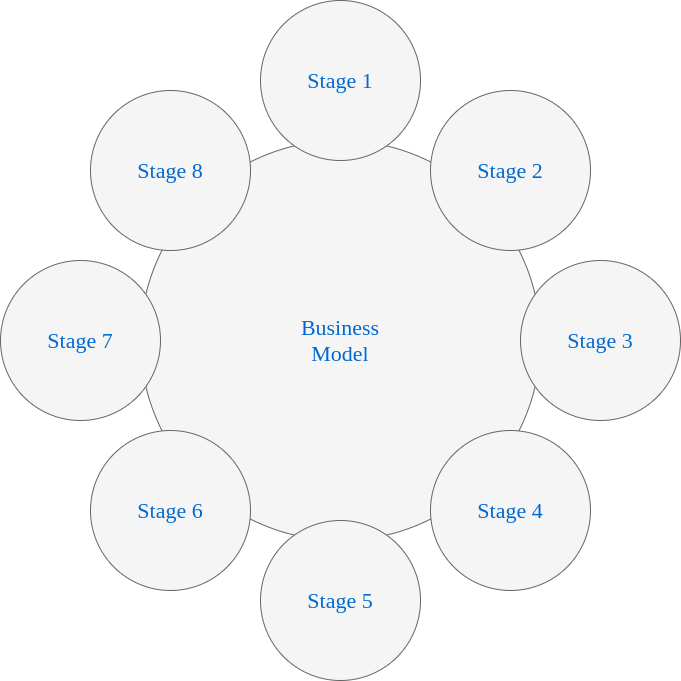
This is WEBD Employee.png from ERUSDHARMENDRA/diagrams, a draw.io export, as it was before one commit. Source tidied: cells renumbered, new cells last; positions are measured from the earlier drawing's top-left corner, leaving out a move shared by most shapes. The source it was exported from:
```xml
<mxGraphModel>
  <root>
    <mxCell id="0" />
    <mxCell id="1" parent="0" />
    <mxCell id="2" value="Business&lt;div&gt;Model&lt;/div&gt;" style="ellipse;whiteSpace=wrap;html=1;rounded=0;shadow=0;dashed=0;comic=0;fontFamily=Verdana;fontSize=22;fontColor=#0069D1;fillColor=#f5f5f5;strokeColor=#666666;" parent="1" vertex="1">
      <mxGeometry x="140" y="140" width="400" height="400" as="geometry" />
    </mxCell>
    <mxCell id="3" value="Stage 1" style="ellipse;whiteSpace=wrap;html=1;rounded=0;shadow=0;dashed=0;comic=0;fontFamily=Verdana;fontSize=22;fontColor=#0069D1;fillColor=#f5f5f5;strokeColor=#666666;" parent="1" vertex="1">
      <mxGeometry x="260" width="160" height="160" as="geometry" />
    </mxCell>
    <mxCell id="4" value="Stage 5" style="ellipse;whiteSpace=wrap;html=1;rounded=0;shadow=0;dashed=0;comic=0;fontFamily=Verdana;fontSize=22;fontColor=#0069D1;fillColor=#f5f5f5;strokeColor=#666666;" parent="1" vertex="1">
      <mxGeometry x="260" y="520" width="160" height="160" as="geometry" />
    </mxCell>
    <mxCell id="5" value="Stage 3" style="ellipse;whiteSpace=wrap;html=1;rounded=0;shadow=0;dashed=0;comic=0;fontFamily=Verdana;fontSize=22;fontColor=#0069D1;fillColor=#f5f5f5;strokeColor=#666666;" parent="1" vertex="1">
      <mxGeometry x="520" y="260" width="160" height="160" as="geometry" />
    </mxCell>
    <mxCell id="6" value="Stage 7" style="ellipse;whiteSpace=wrap;html=1;rounded=0;shadow=0;dashed=0;comic=0;fontFamily=Verdana;fontSize=22;fontColor=#0069D1;fillColor=#f5f5f5;strokeColor=#666666;" parent="1" vertex="1">
      <mxGeometry y="260" width="160" height="160" as="geometry" />
    </mxCell>
    <mxCell id="7" value="Stage 8" style="ellipse;whiteSpace=wrap;html=1;rounded=0;shadow=0;dashed=0;comic=0;fontFamily=Verdana;fontSize=22;fontColor=#0069D1;fillColor=#f5f5f5;strokeColor=#666666;" parent="1" vertex="1">
      <mxGeometry x="90" y="90" width="160" height="160" as="geometry" />
    </mxCell>
    <mxCell id="8" value="Stage 2" style="ellipse;whiteSpace=wrap;html=1;rounded=0;shadow=0;dashed=0;comic=0;fontFamily=Verdana;fontSize=22;fontColor=#0069D1;fillColor=#f5f5f5;strokeColor=#666666;" parent="1" vertex="1">
      <mxGeometry x="430" y="90" width="160" height="160" as="geometry" />
    </mxCell>
    <mxCell id="9" value="Stage 4" style="ellipse;whiteSpace=wrap;html=1;rounded=0;shadow=0;dashed=0;comic=0;fontFamily=Verdana;fontSize=22;fontColor=#0069D1;fillColor=#f5f5f5;strokeColor=#666666;" parent="1" vertex="1">
      <mxGeometry x="430" y="430" width="160" height="160" as="geometry" />
    </mxCell>
    <mxCell id="10" value="Stage 6" style="ellipse;whiteSpace=wrap;html=1;rounded=0;shadow=0;dashed=0;comic=0;fontFamily=Verdana;fontSize=22;fontColor=#0069D1;fillColor=#f5f5f5;strokeColor=#666666;" parent="1" vertex="1">
      <mxGeometry x="90" y="430" width="160" height="160" as="geometry" />
    </mxCell>
  </root>
</mxGraphModel>
```
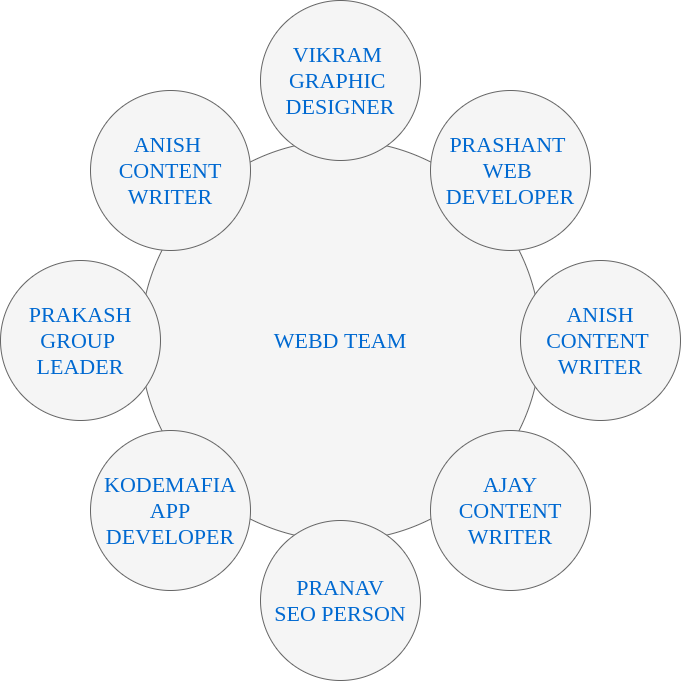
The same diagram one commit later.

What changed in the source:
```diff
@@ -2,31 +2,31 @@
   <root>
     <mxCell id="0" />
     <mxCell id="1" parent="0" />
-    <mxCell id="2" value="Business&lt;div&gt;Model&lt;/div&gt;" style="ellipse;whiteSpace=wrap;html=1;rounded=0;shadow=0;dashed=0;comic=0;fontFamily=Verdana;fontSize=22;fontColor=#0069D1;fillColor=#f5f5f5;strokeColor=#666666;" parent="1" vertex="1">
+    <mxCell id="2" value="&lt;span&gt;WEBD TEAM&lt;/span&gt;" style="ellipse;whiteSpace=wrap;html=1;rounded=0;shadow=0;dashed=0;comic=0;fontFamily=Verdana;fontSize=22;fontColor=#0069D1;fillColor=#f5f5f5;strokeColor=#666666;" parent="1" vertex="1">
       <mxGeometry x="140" y="140" width="400" height="400" as="geometry" />
     </mxCell>
-    <mxCell id="3" value="Stage 1" style="ellipse;whiteSpace=wrap;html=1;rounded=0;shadow=0;dashed=0;comic=0;fontFamily=Verdana;fontSize=22;fontColor=#0069D1;fillColor=#f5f5f5;strokeColor=#666666;" parent="1" vertex="1">
+    <mxCell id="3" value="VIKRAM&amp;nbsp;&lt;br&gt;GRAPHIC&amp;nbsp;&lt;br&gt;DESIGNER" style="ellipse;whiteSpace=wrap;html=1;rounded=0;shadow=0;dashed=0;comic=0;fontFamily=Verdana;fontSize=22;fontColor=#0069D1;fillColor=#f5f5f5;strokeColor=#666666;" parent="1" vertex="1">
       <mxGeometry x="260" width="160" height="160" as="geometry" />
     </mxCell>
-    <mxCell id="4" value="Stage 5" style="ellipse;whiteSpace=wrap;html=1;rounded=0;shadow=0;dashed=0;comic=0;fontFamily=Verdana;fontSize=22;fontColor=#0069D1;fillColor=#f5f5f5;strokeColor=#666666;" parent="1" vertex="1">
+    <mxCell id="4" value="PRANAV&lt;br&gt;SEO PERSON" style="ellipse;whiteSpace=wrap;html=1;rounded=0;shadow=0;dashed=0;comic=0;fontFamily=Verdana;fontSize=22;fontColor=#0069D1;fillColor=#f5f5f5;strokeColor=#666666;" parent="1" vertex="1">
       <mxGeometry x="260" y="520" width="160" height="160" as="geometry" />
     </mxCell>
-    <mxCell id="5" value="Stage 3" style="ellipse;whiteSpace=wrap;html=1;rounded=0;shadow=0;dashed=0;comic=0;fontFamily=Verdana;fontSize=22;fontColor=#0069D1;fillColor=#f5f5f5;strokeColor=#666666;" parent="1" vertex="1">
+    <mxCell id="5" value="ANISH CONTENT&amp;nbsp;&lt;br&gt;WRITER" style="ellipse;whiteSpace=wrap;html=1;rounded=0;shadow=0;dashed=0;comic=0;fontFamily=Verdana;fontSize=22;fontColor=#0069D1;fillColor=#f5f5f5;strokeColor=#666666;" parent="1" vertex="1">
       <mxGeometry x="520" y="260" width="160" height="160" as="geometry" />
     </mxCell>
-    <mxCell id="6" value="Stage 7" style="ellipse;whiteSpace=wrap;html=1;rounded=0;shadow=0;dashed=0;comic=0;fontFamily=Verdana;fontSize=22;fontColor=#0069D1;fillColor=#f5f5f5;strokeColor=#666666;" parent="1" vertex="1">
+    <mxCell id="6" value="PRAKASH&lt;br&gt;GROUP&amp;nbsp;&lt;br&gt;LEADER" style="ellipse;whiteSpace=wrap;html=1;rounded=0;shadow=0;dashed=0;comic=0;fontFamily=Verdana;fontSize=22;fontColor=#0069D1;fillColor=#f5f5f5;strokeColor=#666666;" parent="1" vertex="1">
       <mxGeometry y="260" width="160" height="160" as="geometry" />
     </mxCell>
-    <mxCell id="7" value="Stage 8" style="ellipse;whiteSpace=wrap;html=1;rounded=0;shadow=0;dashed=0;comic=0;fontFamily=Verdana;fontSize=22;fontColor=#0069D1;fillColor=#f5f5f5;strokeColor=#666666;" parent="1" vertex="1">
+    <mxCell id="7" value="ANISH&amp;nbsp;&lt;br&gt;CONTENT WRITER" style="ellipse;whiteSpace=wrap;html=1;rounded=0;shadow=0;dashed=0;comic=0;fontFamily=Verdana;fontSize=22;fontColor=#0069D1;fillColor=#f5f5f5;strokeColor=#666666;" parent="1" vertex="1">
       <mxGeometry x="90" y="90" width="160" height="160" as="geometry" />
     </mxCell>
-    <mxCell id="8" value="Stage 2" style="ellipse;whiteSpace=wrap;html=1;rounded=0;shadow=0;dashed=0;comic=0;fontFamily=Verdana;fontSize=22;fontColor=#0069D1;fillColor=#f5f5f5;strokeColor=#666666;" parent="1" vertex="1">
+    <mxCell id="8" value="PRASHANT&amp;nbsp;&lt;br&gt;WEB&amp;nbsp;&lt;br&gt;DEVELOPER" style="ellipse;whiteSpace=wrap;html=1;rounded=0;shadow=0;dashed=0;comic=0;fontFamily=Verdana;fontSize=22;fontColor=#0069D1;fillColor=#f5f5f5;strokeColor=#666666;" parent="1" vertex="1">
       <mxGeometry x="430" y="90" width="160" height="160" as="geometry" />
     </mxCell>
-    <mxCell id="9" value="Stage 4" style="ellipse;whiteSpace=wrap;html=1;rounded=0;shadow=0;dashed=0;comic=0;fontFamily=Verdana;fontSize=22;fontColor=#0069D1;fillColor=#f5f5f5;strokeColor=#666666;" parent="1" vertex="1">
+    <mxCell id="9" value="AJAY&lt;br&gt;CONTENT WRITER" style="ellipse;whiteSpace=wrap;html=1;rounded=0;shadow=0;dashed=0;comic=0;fontFamily=Verdana;fontSize=22;fontColor=#0069D1;fillColor=#f5f5f5;strokeColor=#666666;" parent="1" vertex="1">
       <mxGeometry x="430" y="430" width="160" height="160" as="geometry" />
     </mxCell>
-    <mxCell id="10" value="Stage 6" style="ellipse;whiteSpace=wrap;html=1;rounded=0;shadow=0;dashed=0;comic=0;fontFamily=Verdana;fontSize=22;fontColor=#0069D1;fillColor=#f5f5f5;strokeColor=#666666;" parent="1" vertex="1">
+    <mxCell id="10" value="KODEMAFIA&lt;br&gt;APP&lt;br&gt;DEVELOPER" style="ellipse;whiteSpace=wrap;html=1;rounded=0;shadow=0;dashed=0;comic=0;fontFamily=Verdana;fontSize=22;fontColor=#0069D1;fillColor=#f5f5f5;strokeColor=#666666;" parent="1" vertex="1">
       <mxGeometry x="90" y="430" width="160" height="160" as="geometry" />
     </mxCell>
   </root>
```
